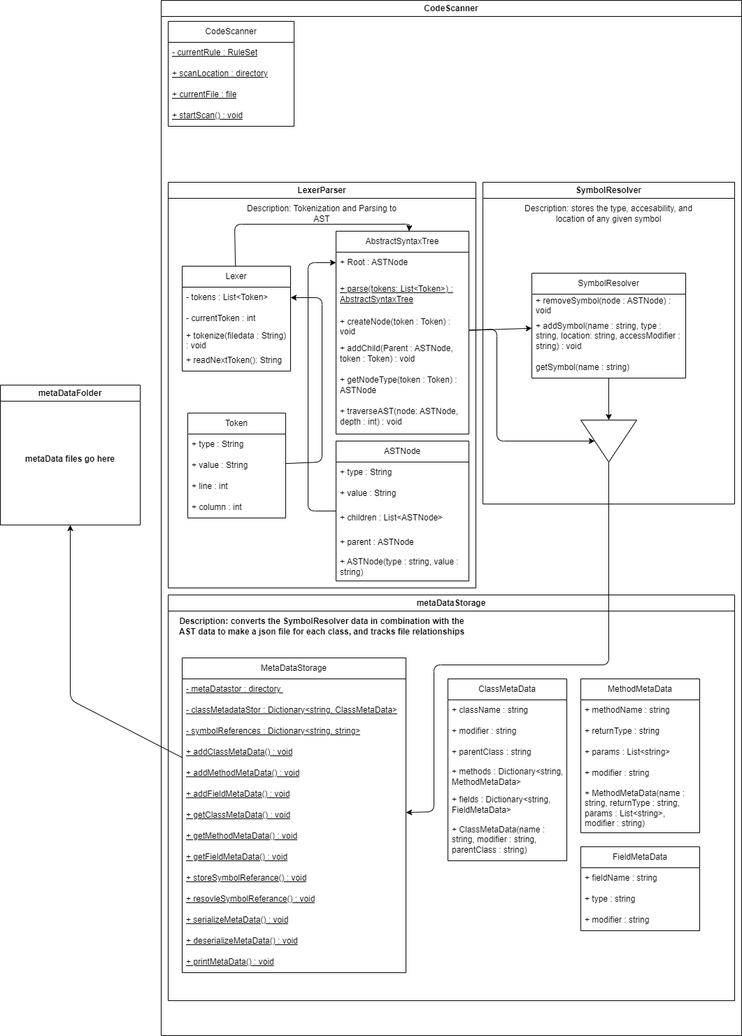
Before: Diagram.drawio.png, a diagram exported from draw.io (ErikBarker/UML-Generator). Source tidied: cells renumbered, new cells last; positions are measured from the earlier drawing's top-left corner, leaving out a move shared by most shapes.
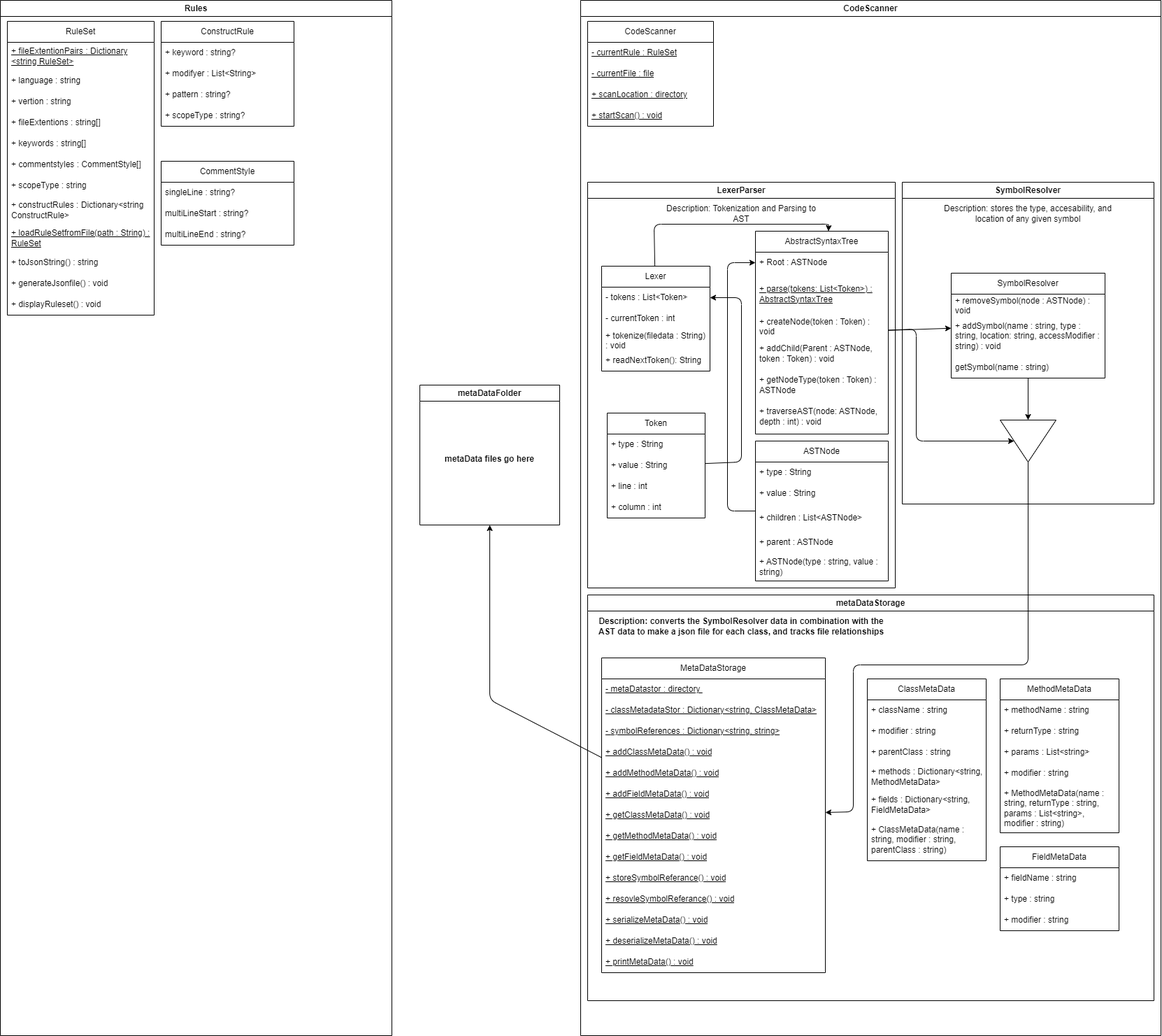
Above is the later version.

The edit, as a diff of the source:
```diff
@@ -11,12 +11,12 @@
     <mxCell id="4" value="- currentRule : RuleSet" style="text;strokeColor=none;fillColor=none;align=left;verticalAlign=middle;spacingLeft=4;spacingRight=4;overflow=hidden;whiteSpace=wrap;html=1;fontStyle=4;" parent="3" vertex="1">
       <mxGeometry y="30" width="180" height="30" as="geometry" />
     </mxCell>
+    <mxCell id="6" value="- currentFile : file" style="text;strokeColor=none;fillColor=none;align=left;verticalAlign=middle;spacingLeft=4;spacingRight=4;overflow=hidden;whiteSpace=wrap;html=1;fontStyle=4;" parent="3" vertex="1">
+      <mxGeometry y="60" width="180" height="30" as="geometry" />
+    </mxCell>
     <mxCell id="5" value="+ scanLocation : directory" style="text;strokeColor=none;fillColor=none;align=left;verticalAlign=middle;spacingLeft=4;spacingRight=4;overflow=hidden;whiteSpace=wrap;html=1;fontStyle=4;" parent="3" vertex="1">
-      <mxGeometry y="60" width="180" height="30" as="geometry" />
+      <mxGeometry y="90" width="180" height="30" as="geometry" />
     </mxCell>
-    <mxCell id="6" value="+ currentFile : file" style="text;strokeColor=none;fillColor=none;align=left;verticalAlign=middle;spacingLeft=4;spacingRight=4;overflow=hidden;whiteSpace=wrap;html=1;fontStyle=4;" parent="3" vertex="1">
-      <mxGeometry y="90" width="180" height="30" as="geometry" />
-    </mxCell>
     <mxCell id="7" value="+ startScan() : void" style="text;strokeColor=none;fillColor=none;align=left;verticalAlign=middle;spacingLeft=4;spacingRight=4;overflow=hidden;whiteSpace=wrap;html=1;fontStyle=4;" parent="3" vertex="1">
       <mxGeometry y="120" width="180" height="30" as="geometry" />
     </mxCell>
@@ -278,5 +278,74 @@
         </Array>
       </mxGeometry>
     </mxCell>
+    <mxCell id="84" value="Rules" style="swimlane;whiteSpace=wrap;html=1;" parent="1" vertex="1">
+      <mxGeometry x="-600" width="560" height="1480" as="geometry" />
+    </mxCell>
+    <mxCell id="85" value="RuleSet" style="swimlane;fontStyle=0;horizontal=1;startSize=30;whiteSpace=wrap;html=1;" parent="84" vertex="1">
+      <mxGeometry x="10" y="30" width="210" height="420" as="geometry" />
+    </mxCell>
+    <mxCell id="86" value="&lt;u&gt;+ fileExtentionPairs : Dictionary &amp;lt;string RuleSet&amp;gt;&lt;/u&gt;" style="text;strokeColor=none;fillColor=none;align=left;verticalAlign=middle;spacingLeft=4;spacingRight=4;overflow=hidden;whiteSpace=wrap;html=1;" parent="85" vertex="1">
+      <mxGeometry y="30" width="210" height="40" as="geometry" />
+    </mxCell>
+    <mxCell id="87" value="+ language : string" style="text;strokeColor=none;fillColor=none;align=left;verticalAlign=middle;spacingLeft=4;spacingRight=4;overflow=hidden;whiteSpace=wrap;html=1;" parent="85" vertex="1">
+      <mxGeometry y="70" width="210" height="30" as="geometry" />
+    </mxCell>
+    <mxCell id="88" value="+ vertion : string" style="text;strokeColor=none;fillColor=none;align=left;verticalAlign=middle;spacingLeft=4;spacingRight=4;overflow=hidden;whiteSpace=wrap;html=1;" parent="85" vertex="1">
+      <mxGeometry y="100" width="210" height="30" as="geometry" />
+    </mxCell>
+    <mxCell id="89" value="+ fileExtentions : string[]" style="text;strokeColor=none;fillColor=none;align=left;verticalAlign=middle;spacingLeft=4;spacingRight=4;overflow=hidden;whiteSpace=wrap;html=1;" parent="85" vertex="1">
+      <mxGeometry y="130" width="210" height="30" as="geometry" />
+    </mxCell>
+    <mxCell id="90" value="+ keywords : string[]" style="text;strokeColor=none;fillColor=none;align=left;verticalAlign=middle;spacingLeft=4;spacingRight=4;overflow=hidden;whiteSpace=wrap;html=1;" parent="85" vertex="1">
+      <mxGeometry y="160" width="210" height="30" as="geometry" />
+    </mxCell>
+    <mxCell id="91" value="+ commentstyles : CommentStyle[]" style="text;strokeColor=none;fillColor=none;align=left;verticalAlign=middle;spacingLeft=4;spacingRight=4;overflow=hidden;whiteSpace=wrap;html=1;" parent="85" vertex="1">
+      <mxGeometry y="190" width="210" height="30" as="geometry" />
+    </mxCell>
+    <mxCell id="92" value="+ scopeType : string" style="text;strokeColor=none;fillColor=none;align=left;verticalAlign=middle;spacingLeft=4;spacingRight=4;overflow=hidden;whiteSpace=wrap;html=1;" parent="85" vertex="1">
+      <mxGeometry y="220" width="210" height="30" as="geometry" />
+    </mxCell>
+    <mxCell id="93" value="+ constructRules : Dictionary&amp;lt;string ConstructRule&amp;gt;" style="text;strokeColor=none;fillColor=none;align=left;verticalAlign=middle;spacingLeft=4;spacingRight=4;overflow=hidden;whiteSpace=wrap;html=1;" parent="85" vertex="1">
+      <mxGeometry y="250" width="210" height="40" as="geometry" />
+    </mxCell>
+    <mxCell id="94" value="&lt;u&gt;+ loadRuleSetfromFile(path : String) : RuleSet&lt;/u&gt;" style="text;strokeColor=none;fillColor=none;align=left;verticalAlign=middle;spacingLeft=4;spacingRight=4;overflow=hidden;whiteSpace=wrap;html=1;" parent="85" vertex="1">
+      <mxGeometry y="290" width="210" height="40" as="geometry" />
+    </mxCell>
+    <mxCell id="95" value="+ toJsonString() : string" style="text;strokeColor=none;fillColor=none;align=left;verticalAlign=middle;spacingLeft=4;spacingRight=4;overflow=hidden;whiteSpace=wrap;html=1;" parent="85" vertex="1">
+      <mxGeometry y="330" width="210" height="30" as="geometry" />
+    </mxCell>
+    <mxCell id="96" value="+ generateJsonfile() : void" style="text;strokeColor=none;fillColor=none;align=left;verticalAlign=middle;spacingLeft=4;spacingRight=4;overflow=hidden;whiteSpace=wrap;html=1;" parent="85" vertex="1">
+      <mxGeometry y="360" width="210" height="30" as="geometry" />
+    </mxCell>
+    <mxCell id="97" value="+ displayRuleset() : void" style="text;strokeColor=none;fillColor=none;align=left;verticalAlign=middle;spacingLeft=4;spacingRight=4;overflow=hidden;whiteSpace=wrap;html=1;" parent="85" vertex="1">
+      <mxGeometry y="390" width="210" height="30" as="geometry" />
+    </mxCell>
+    <mxCell id="98" value="ConstructRule" style="swimlane;fontStyle=0;horizontal=1;startSize=30;whiteSpace=wrap;html=1;" parent="84" vertex="1">
+      <mxGeometry x="230" y="30" width="190" height="150" as="geometry" />
+    </mxCell>
+    <mxCell id="99" value="+ keyword : string?" style="text;strokeColor=none;fillColor=none;align=left;verticalAlign=middle;spacingLeft=4;spacingRight=4;overflow=hidden;whiteSpace=wrap;html=1;" parent="98" vertex="1">
+      <mxGeometry y="30" width="190" height="30" as="geometry" />
+    </mxCell>
+    <mxCell id="100" value="+ modifyer : List&amp;lt;String&amp;gt;" style="text;strokeColor=none;fillColor=none;align=left;verticalAlign=middle;spacingLeft=4;spacingRight=4;overflow=hidden;whiteSpace=wrap;html=1;" parent="98" vertex="1">
+      <mxGeometry y="60" width="190" height="30" as="geometry" />
+    </mxCell>
+    <mxCell id="101" value="+ pattern : string?" style="text;strokeColor=none;fillColor=none;align=left;verticalAlign=middle;spacingLeft=4;spacingRight=4;overflow=hidden;whiteSpace=wrap;html=1;" parent="98" vertex="1">
+      <mxGeometry y="90" width="190" height="30" as="geometry" />
+    </mxCell>
+    <mxCell id="102" value="+ scopeType : string?" style="text;strokeColor=none;fillColor=none;align=left;verticalAlign=middle;spacingLeft=4;spacingRight=4;overflow=hidden;whiteSpace=wrap;html=1;" parent="98" vertex="1">
+      <mxGeometry y="120" width="190" height="30" as="geometry" />
+    </mxCell>
+    <mxCell id="103" value="CommentStyle" style="swimlane;fontStyle=0;horizontal=1;startSize=30;whiteSpace=wrap;html=1;" parent="84" vertex="1">
+      <mxGeometry x="230" y="230" width="190" height="120" as="geometry" />
+    </mxCell>
+    <mxCell id="104" value="singleLine : string?" style="text;strokeColor=none;fillColor=none;align=left;verticalAlign=middle;spacingLeft=4;spacingRight=4;overflow=hidden;whiteSpace=wrap;html=1;" parent="103" vertex="1">
+      <mxGeometry y="30" width="190" height="30" as="geometry" />
+    </mxCell>
+    <mxCell id="105" value="multiLineStart : string?" style="text;strokeColor=none;fillColor=none;align=left;verticalAlign=middle;spacingLeft=4;spacingRight=4;overflow=hidden;whiteSpace=wrap;html=1;" parent="103" vertex="1">
+      <mxGeometry y="60" width="190" height="30" as="geometry" />
+    </mxCell>
+    <mxCell id="106" value="multiLineEnd : string?" style="text;strokeColor=none;fillColor=none;align=left;verticalAlign=middle;spacingLeft=4;spacingRight=4;overflow=hidden;whiteSpace=wrap;html=1;" parent="103" vertex="1">
+      <mxGeometry y="90" width="190" height="30" as="geometry" />
+    </mxCell>
   </root>
 </mxGraphModel>
```
